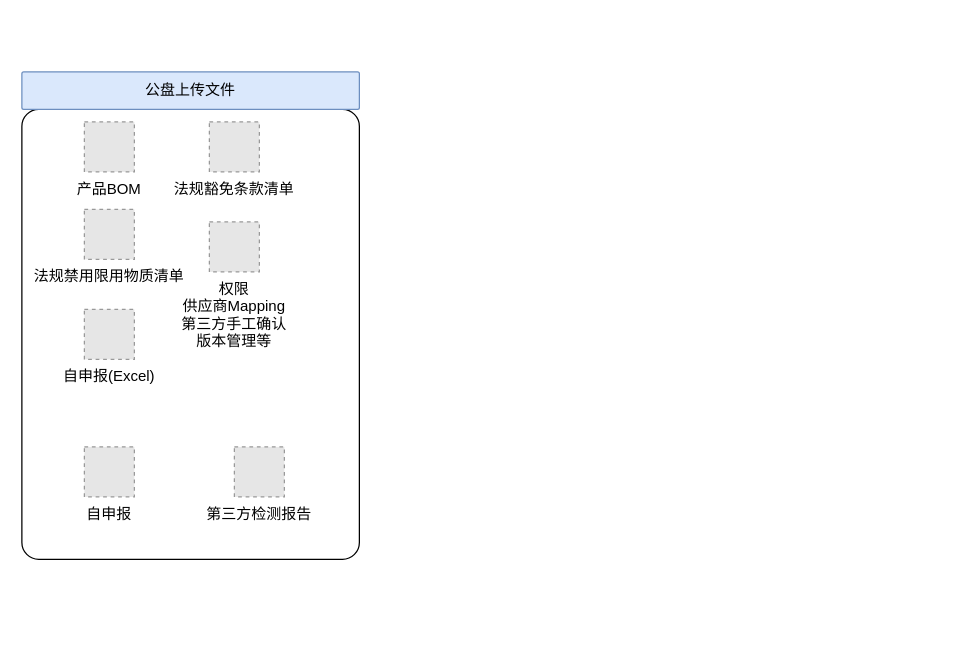
Before: 未命名绘图.drawio in newforesee/test, a draw.io diagram. Source tidied: cells renumbered, new cells numbered last; positions are measured from the earlier drawing's top-left corner, leaving out a move shared by most shapes. Both pictures are drawn from the tidied source at 125%, with x=0, y=0 at pixel (21, 71). Pictures stored in the file or linked from it are replaced by grey dashed boxes.
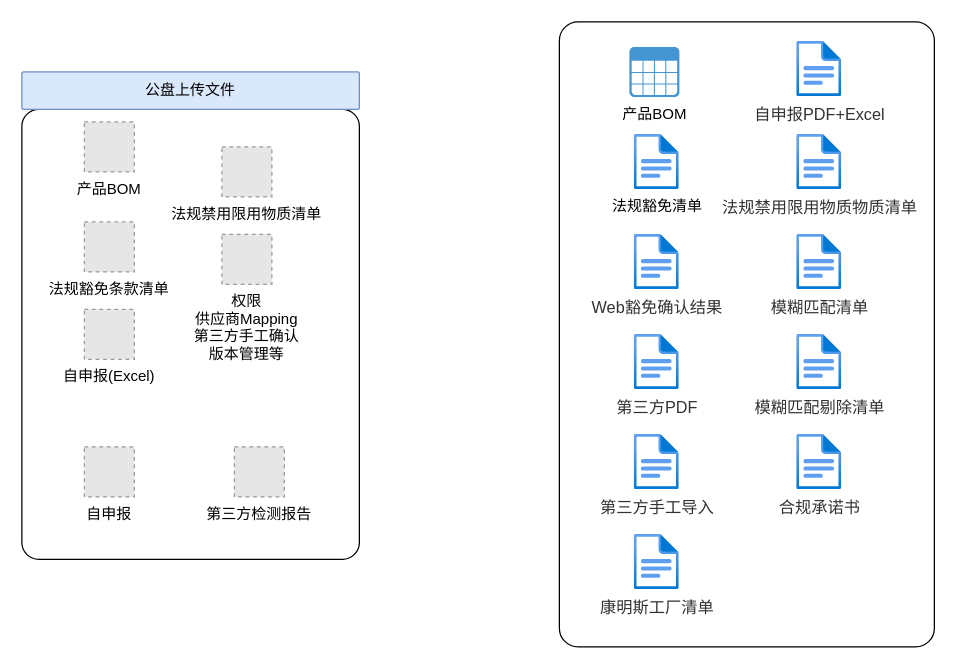
The same diagram, later.

Commit message (it also covers changes not shown here):
更新未命名绘图.drawio

Change to the diagram source:
```diff
@@
+    <mxCell id="11" style="rounded=1;whiteSpace=wrap;html=1;arcSize=5;" parent="1" vertex="1">
+      <mxGeometry x="430" y="-40" width="300" height="500" as="geometry" />
+    </mxCell>
@@
     <mxCell id="4" value="法规禁用限用物质清单" style="fillColor=#E6E6E6;strokeColor=#999999;dashed=1;verticalLabelPosition=bottom;labelBackgroundColor=default;verticalAlign=top;" parent="1" vertex="1">
-      <mxGeometry x="50" y="110" width="40" height="40" as="geometry" />
+      <mxGeometry x="160" y="60" width="40" height="40" as="geometry" />
     </mxCell>
     <mxCell id="5" value="法规豁免条款清单" style="fillColor=#E6E6E6;strokeColor=#999999;dashed=1;verticalLabelPosition=bottom;labelBackgroundColor=default;verticalAlign=top;" parent="1" vertex="1">
-      <mxGeometry x="150" y="40" width="40" height="40" as="geometry" />
+      <mxGeometry x="50" y="120" width="40" height="40" as="geometry" />
     </mxCell>
     <mxCell id="6" value="权限&#10;供应商Mapping&#10;第三方手工确认&#10;版本管理等" style="fillColor=#E6E6E6;strokeColor=#999999;dashed=1;verticalLabelPosition=bottom;labelBackgroundColor=default;verticalAlign=top;" parent="1" vertex="1">
-      <mxGeometry x="150" y="120" width="40" height="40" as="geometry" />
+      <mxGeometry x="160" y="130" width="40" height="40" as="geometry" />
     </mxCell>
@@
+    <mxCell id="12" value="法规豁免清单" style="html=1;align=center;image;fontSize=12;image=img/lib/azure2/general/File.svg;" parent="1" vertex="1">
+      <mxGeometry x="490" y="50" width="36" height="44.4" as="geometry" />
+    </mxCell>
+    <mxCell id="13" value="&lt;span style=&quot;color: rgb(50, 50, 50); font-family: 微软雅黑; font-size: 13px; background-color: rgba(255, 255, 255, 0.01);&quot;&gt;Web豁免确认结果&lt;/span&gt;" style="html=1;align=center;image;fontSize=12;image=img/lib/azure2/general/File.svg;" parent="1" vertex="1">
+      <mxGeometry x="490" y="130" width="36" height="44.4" as="geometry" />
+    </mxCell>
+    <mxCell id="14" value="&lt;span style=&quot;color: rgb(50, 50, 50); font-family: 微软雅黑; font-size: 13px; background-color: rgba(255, 255, 255, 0.01);&quot;&gt;第三方PDF&lt;/span&gt;" style="html=1;align=center;image;fontSize=12;image=img/lib/azure2/general/File.svg;" parent="1" vertex="1">
+      <mxGeometry x="490" y="210" width="36" height="44.4" as="geometry" />
+    </mxCell>
+    <mxCell id="15" value="&lt;span style=&quot;color: rgb(50, 50, 50); font-family: 微软雅黑; font-size: 13px; background-color: rgba(255, 255, 255, 0.01);&quot;&gt;第三方手工导入&lt;/span&gt;" style="html=1;align=center;image;fontSize=12;image=img/lib/azure2/general/File.svg;" parent="1" vertex="1">
+      <mxGeometry x="490" y="290" width="36" height="44.4" as="geometry" />
+    </mxCell>
+    <mxCell id="16" value="&lt;span style=&quot;color: rgb(50, 50, 50); font-family: 微软雅黑; font-size: 13px; background-color: rgba(255, 255, 255, 0.01);&quot;&gt;康明斯工厂清单&lt;/span&gt;" style="html=1;align=center;image;fontSize=12;image=img/lib/azure2/general/File.svg;" parent="1" vertex="1">
+      <mxGeometry x="490" y="370" width="36" height="44.4" as="geometry" />
+    </mxCell>
+    <mxCell id="17" value="&lt;span style=&quot;color: rgb(50, 50, 50); font-family: 微软雅黑; font-size: 13px; background-color: rgba(255, 255, 255, 0.01);&quot;&gt;自申报PDF+Excel&lt;/span&gt;" style="html=1;align=center;image;fontSize=12;image=img/lib/azure2/general/File.svg;" parent="1" vertex="1">
+      <mxGeometry x="620" y="-24.4" width="36" height="44.4" as="geometry" />
+    </mxCell>
+    <mxCell id="18" value="&lt;span style=&quot;color: rgb(50, 50, 50); font-family: 微软雅黑; font-size: 13px; background-color: rgba(255, 255, 255, 0.01);&quot;&gt;法规禁用限用物质物质清单&lt;/span&gt;" style="html=1;align=center;image;fontSize=12;image=img/lib/azure2/general/File.svg;" parent="1" vertex="1">
+      <mxGeometry x="620" y="50" width="36" height="44.4" as="geometry" />
+    </mxCell>
+    <mxCell id="19" value="&lt;span style=&quot;color: rgb(50, 50, 50); font-family: 微软雅黑; font-size: 13px; background-color: rgba(255, 255, 255, 0.01);&quot;&gt;模糊匹配清单&lt;/span&gt;" style="html=1;align=center;image;fontSize=12;image=img/lib/azure2/general/File.svg;" parent="1" vertex="1">
+      <mxGeometry x="620" y="130" width="36" height="44.4" as="geometry" />
+    </mxCell>
+    <mxCell id="20" value="&lt;span style=&quot;color: rgb(50, 50, 50); font-family: 微软雅黑; font-size: 13px; background-color: rgba(255, 255, 255, 0.01);&quot;&gt;模糊匹配剔除清单&lt;/span&gt;" style="html=1;align=center;image;fontSize=12;image=img/lib/azure2/general/File.svg;" parent="1" vertex="1">
+      <mxGeometry x="620" y="210" width="36" height="44.4" as="geometry" />
+    </mxCell>
+    <mxCell id="21" value="&lt;span style=&quot;color: rgb(50, 50, 50); font-family: 微软雅黑; font-size: 13px; background-color: rgba(255, 255, 255, 0.01);&quot;&gt;合规承诺书&lt;/span&gt;" style="html=1;align=center;image;fontSize=12;image=img/lib/azure2/general/File.svg;" parent="1" vertex="1">
+      <mxGeometry x="620" y="290" width="36" height="44.4" as="geometry" />
+    </mxCell>
+    <mxCell id="22" value="产品BOM" style="shadow=0;dashed=0;html=1;strokeColor=none;fillColor=#4495D1;labelPosition=center;verticalLabelPosition=bottom;verticalAlign=top;align=center;shape=mxgraph.veeam.table;" parent="1" vertex="1">
+      <mxGeometry x="486" y="-20" width="40" height="40" as="geometry" />
+    </mxCell>
```
